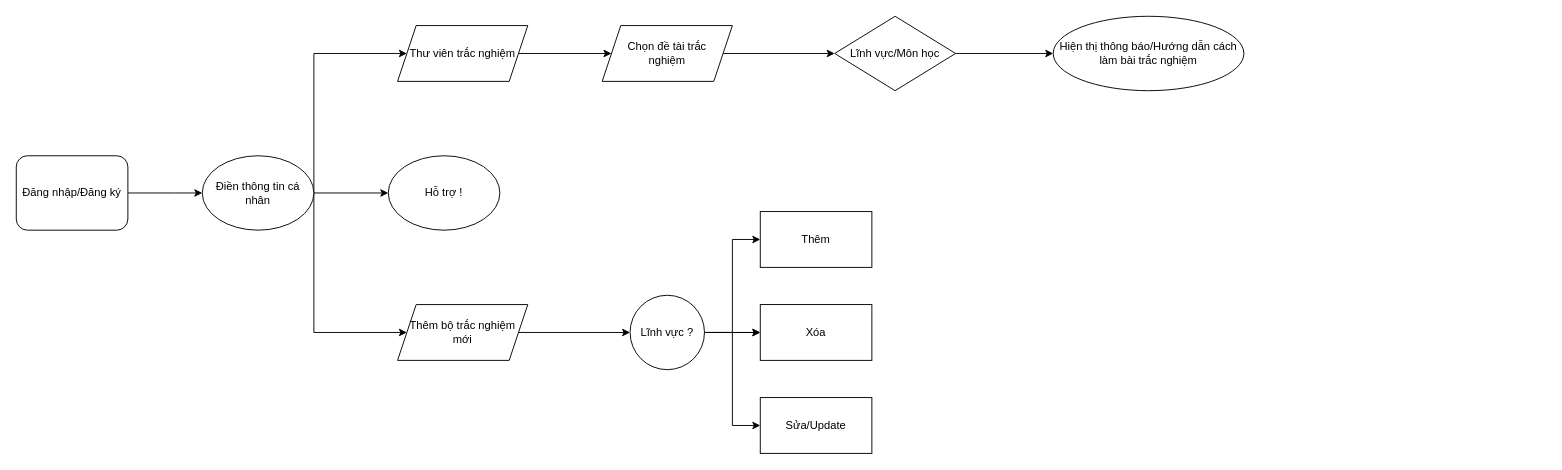
DucTri1611/ductri_02 keeps this draw.io diagram as Biểu đồ không có tiêu đề.drawio. Above is the earlier version. Source tidied: cells renumbered, new cells numbered last; positions are measured from the earlier drawing's top-left corner, leaving out a move shared by most shapes. Both pictures are drawn from the tidied source at 93%, with x=0, y=0 at pixel (16, 16).
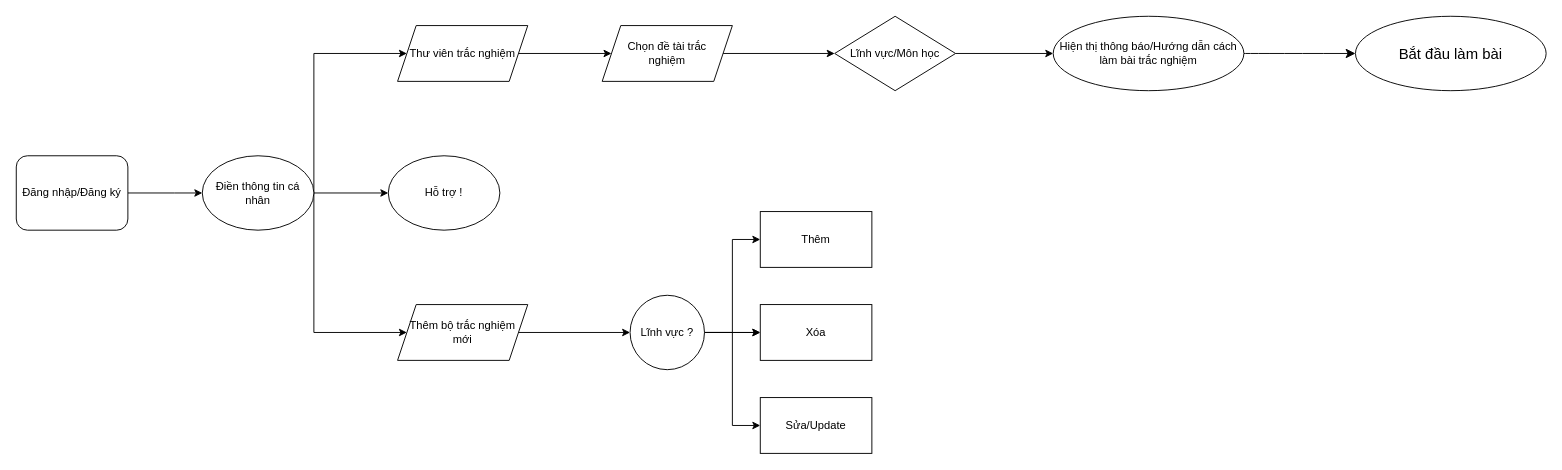
After the change.

Commit message (it also covers changes not shown here):
Cập nhật Biểu đồ không có tiêu đề.drawio

The change refers to these unchanged cells:
```xml
<mxCell id="22" value="Hiện thị thông báo/Hướng dẫn cách làm bài trắc nghiệm" style="ellipse;whiteSpace=wrap;html=1;" parent="1" vertex="1">
  <mxGeometry x="1115" width="205" height="80" as="geometry" />
</mxCell>
```

The edit, as a diff of the source:
```diff
@@
+    <mxCell id="26" style="edgeStyle=none;curved=1;rounded=0;jettySize=auto;html=1;fontSize=12;startSize=8;endSize=8;" parent="1" edge="1" source="22" target="27">
+      <mxGeometry relative="1" as="geometry" />
+    </mxCell>
@@
+    <mxCell id="27" value="&lt;font style=&quot;font-size: 16px;&quot;&gt;Bắt đầu làm bài&lt;/font&gt;" style="ellipse;whiteSpace=wrap;html=1;fontSize=16;" parent="1" vertex="1">
+      <mxGeometry x="1440" width="205" height="80" as="geometry" />
+    </mxCell>
```
